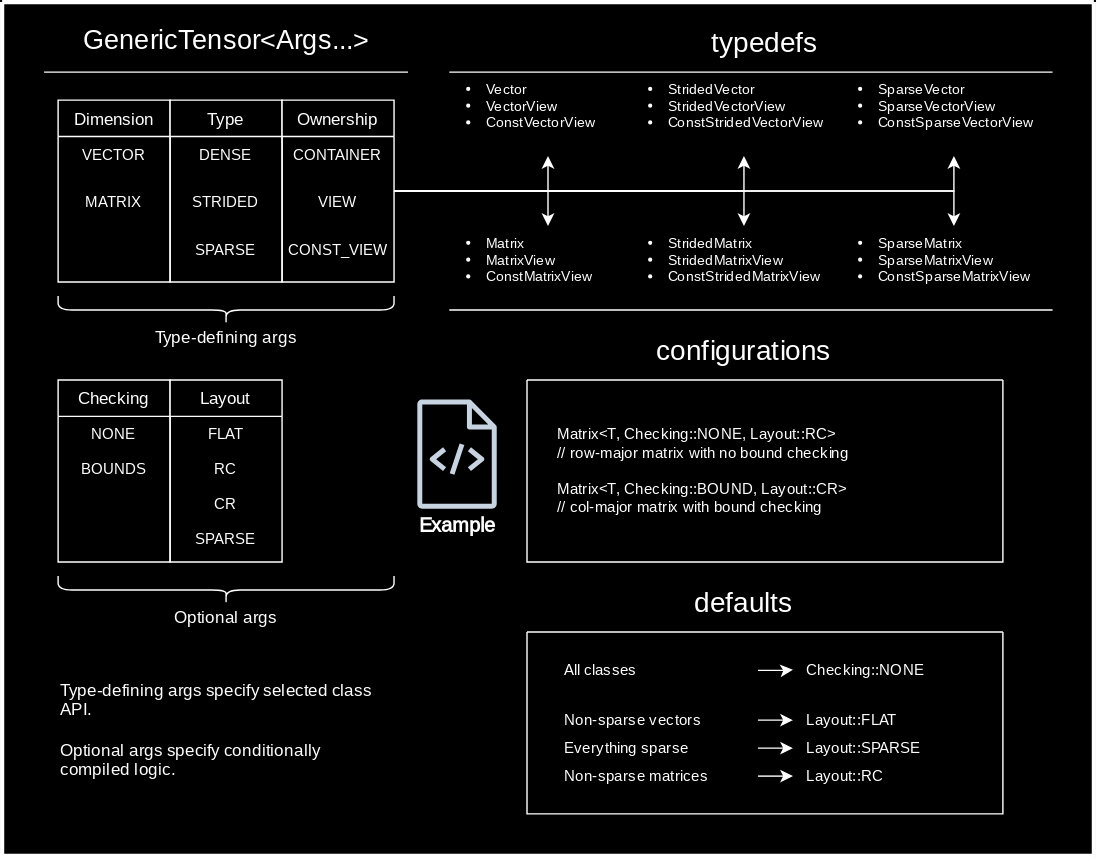
Earlier version of the draw.io export docs/images/mvl_diagram.svg (timeester3648/MultiEngine-UTL). Source tidied: cells renumbered, new cells last; positions are measured from the earlier drawing's top-left corner, leaving out a move shared by most shapes.
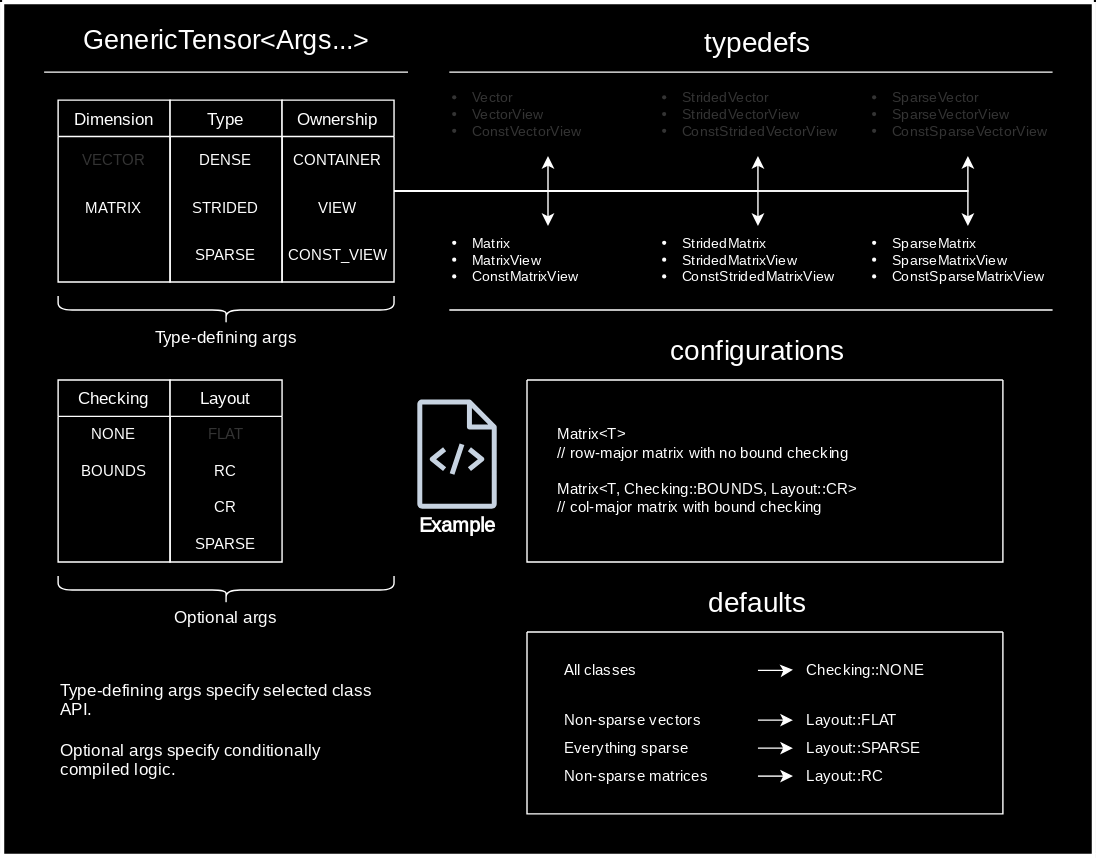
Above is the later version.

Commit message:
Added core functionality for  sparse matrices. Updated doc drafts.

Change to the diagram source:
```diff
@@ -10,6 +10,6 @@
     </mxCell>
-    <mxCell id="4" value="VECTOR" style="text;align=center;verticalAlign=top;spacingLeft=2;spacingRight=2;overflow=hidden;fontSize=11;fontFamily=Roboto Mono;fontSource=https%3A%2F%2Ffonts.googleapis.com%2Fcss%3Ffamily%3DRoboto%2BMono;" parent="3" vertex="1">
+    <mxCell id="4" value="VECTOR" style="text;align=center;verticalAlign=top;spacingLeft=2;spacingRight=2;overflow=hidden;fontSize=11;fontFamily=Roboto Mono;fontSource=https%3A%2F%2Ffonts.googleapis.com%2Fcss%3Ffamily%3DRoboto%2BMono;strokeWidth=1;shadow=0;glass=0;rounded=0;textShadow=0;labelBorderColor=none;labelBackgroundColor=none;textOpacity=20;spacingTop=4;" parent="3" vertex="1">
       <mxGeometry y="26" width="80" height="34" as="geometry" />
     </mxCell>
-    <mxCell id="5" value="MATRIX" style="text;align=center;verticalAlign=top;spacingLeft=2;spacingRight=2;overflow=hidden;rounded=0;shadow=0;html=0;fontSize=11;fontFamily=Roboto Mono;fontSource=https%3A%2F%2Ffonts.googleapis.com%2Fcss%3Ffamily%3DRoboto%2BMono;" parent="3" vertex="1">
+    <mxCell id="5" value="MATRIX" style="text;align=center;verticalAlign=top;spacingLeft=2;spacingRight=2;overflow=hidden;rounded=0;shadow=0;html=0;fontSize=11;fontFamily=Roboto Mono;fontSource=https%3A%2F%2Ffonts.googleapis.com%2Fcss%3Ffamily%3DRoboto%2BMono;spacingTop=4;" parent="3" vertex="1">
       <mxGeometry y="60" width="80" height="34" as="geometry" />
@@ -19,9 +19,9 @@
     </mxCell>
-    <mxCell id="7" value="DENSE" style="text;align=center;verticalAlign=top;spacingLeft=2;spacingRight=2;overflow=hidden;fontSize=11;fontFamily=Roboto Mono;fontSource=https%3A%2F%2Ffonts.googleapis.com%2Fcss%3Ffamily%3DRoboto%2BMono;" parent="6" vertex="1">
+    <mxCell id="7" value="DENSE" style="text;align=center;verticalAlign=top;spacingLeft=2;spacingRight=2;overflow=hidden;fontSize=11;fontFamily=Roboto Mono;fontSource=https%3A%2F%2Ffonts.googleapis.com%2Fcss%3Ffamily%3DRoboto%2BMono;spacingTop=4;" parent="6" vertex="1">
       <mxGeometry y="26" width="80" height="34" as="geometry" />
     </mxCell>
-    <mxCell id="8" value="STRIDED" style="text;align=center;verticalAlign=top;spacingLeft=2;spacingRight=2;overflow=hidden;rounded=0;shadow=0;html=0;fontSize=11;fontFamily=Roboto Mono;fontSource=https%3A%2F%2Ffonts.googleapis.com%2Fcss%3Ffamily%3DRoboto%2BMono;" parent="6" vertex="1">
+    <mxCell id="8" value="STRIDED" style="text;align=center;verticalAlign=top;spacingLeft=2;spacingRight=2;overflow=hidden;rounded=0;shadow=0;html=0;fontSize=11;fontFamily=Roboto Mono;fontSource=https%3A%2F%2Ffonts.googleapis.com%2Fcss%3Ffamily%3DRoboto%2BMono;spacingTop=4;" parent="6" vertex="1">
       <mxGeometry y="60" width="80" height="34" as="geometry" />
     </mxCell>
-    <mxCell id="9" value="SPARSE" style="text;align=center;verticalAlign=top;spacingLeft=2;spacingRight=2;overflow=hidden;rounded=0;shadow=0;html=0;fontSize=11;fontFamily=Roboto Mono;fontSource=https%3A%2F%2Ffonts.googleapis.com%2Fcss%3Ffamily%3DRoboto%2BMono;" parent="6" vertex="1">
+    <mxCell id="9" value="SPARSE" style="text;align=center;verticalAlign=top;spacingLeft=2;spacingRight=2;overflow=hidden;rounded=0;shadow=0;html=0;fontSize=11;fontFamily=Roboto Mono;fontSource=https%3A%2F%2Ffonts.googleapis.com%2Fcss%3Ffamily%3DRoboto%2BMono;spacingTop=4;" parent="6" vertex="1">
       <mxGeometry y="94" width="80" height="34" as="geometry" />
@@ -49,9 +49,9 @@
     </mxCell>
-    <mxCell id="17" value="CONTAINER" style="text;align=center;verticalAlign=top;spacingLeft=2;spacingRight=2;overflow=hidden;fontSize=11;fontFamily=Roboto Mono;fontSource=https%3A%2F%2Ffonts.googleapis.com%2Fcss%3Ffamily%3DRoboto%2BMono;" parent="16" vertex="1">
+    <mxCell id="17" value="CONTAINER" style="text;align=center;verticalAlign=top;spacingLeft=2;spacingRight=2;overflow=hidden;fontSize=11;fontFamily=Roboto Mono;fontSource=https%3A%2F%2Ffonts.googleapis.com%2Fcss%3Ffamily%3DRoboto%2BMono;spacingTop=4;" parent="16" vertex="1">
       <mxGeometry y="26" width="80" height="34" as="geometry" />
     </mxCell>
-    <mxCell id="18" value="VIEW" style="text;align=center;verticalAlign=top;spacingLeft=2;spacingRight=2;overflow=hidden;rounded=0;shadow=0;html=0;fontSize=11;fontFamily=Roboto Mono;fontSource=https%3A%2F%2Ffonts.googleapis.com%2Fcss%3Ffamily%3DRoboto%2BMono;" parent="16" vertex="1">
+    <mxCell id="18" value="VIEW" style="text;align=center;verticalAlign=top;spacingLeft=2;spacingRight=2;overflow=hidden;rounded=0;shadow=0;html=0;fontSize=11;fontFamily=Roboto Mono;fontSource=https%3A%2F%2Ffonts.googleapis.com%2Fcss%3Ffamily%3DRoboto%2BMono;spacingTop=4;" parent="16" vertex="1">
       <mxGeometry y="60" width="80" height="34" as="geometry" />
     </mxCell>
-    <mxCell id="19" value="CONST_VIEW" style="text;align=center;verticalAlign=top;spacingLeft=2;spacingRight=2;overflow=hidden;rounded=0;shadow=0;html=0;fontSize=11;fontFamily=Roboto Mono;fontSource=https%3A%2F%2Ffonts.googleapis.com%2Fcss%3Ffamily%3DRoboto%2BMono;" parent="16" vertex="1">
+    <mxCell id="19" value="CONST_VIEW" style="text;align=center;verticalAlign=top;spacingLeft=2;spacingRight=2;overflow=hidden;rounded=0;shadow=0;html=0;fontSize=11;fontFamily=Roboto Mono;fontSource=https%3A%2F%2Ffonts.googleapis.com%2Fcss%3Ffamily%3DRoboto%2BMono;spacingTop=4;" parent="16" vertex="1">
       <mxGeometry y="94" width="80" height="34" as="geometry" />
@@ -61,7 +61,7 @@
     </mxCell>
-    <mxCell id="21" value="NONE" style="text;align=center;verticalAlign=top;spacingLeft=2;spacingRight=2;overflow=hidden;fontSize=11;fontFamily=Roboto Mono;fontSource=https%3A%2F%2Ffonts.googleapis.com%2Fcss%3Ffamily%3DRoboto%2BMono;" parent="20" vertex="1">
-      <mxGeometry y="26" width="80" height="25" as="geometry" />
+    <mxCell id="21" value="NONE" style="text;align=center;verticalAlign=top;spacingLeft=2;spacingRight=2;overflow=hidden;fontSize=11;fontFamily=Roboto Mono;fontSource=https%3A%2F%2Ffonts.googleapis.com%2Fcss%3Ffamily%3DRoboto%2BMono;spacingTop=0;" parent="20" vertex="1">
+      <mxGeometry y="26" width="80" height="26" as="geometry" />
     </mxCell>
-    <mxCell id="22" value="BOUNDS" style="text;align=center;verticalAlign=top;spacingLeft=2;spacingRight=2;overflow=hidden;rounded=0;shadow=0;html=0;fontSize=11;fontFamily=Roboto Mono;fontSource=https%3A%2F%2Ffonts.googleapis.com%2Fcss%3Ffamily%3DRoboto%2BMono;" parent="20" vertex="1">
-      <mxGeometry y="51" width="80" height="25" as="geometry" />
+    <mxCell id="22" value="BOUNDS" style="text;align=center;verticalAlign=top;spacingLeft=2;spacingRight=2;overflow=hidden;rounded=0;shadow=0;html=0;fontSize=11;fontFamily=Roboto Mono;fontSource=https%3A%2F%2Ffonts.googleapis.com%2Fcss%3Ffamily%3DRoboto%2BMono;spacingTop=0;" parent="20" vertex="1">
+      <mxGeometry y="52" width="80" height="26" as="geometry" />
     </mxCell>
@@ -70,35 +70,14 @@
     </mxCell>
-    <mxCell id="24" value="FLAT" style="text;align=center;verticalAlign=top;spacingLeft=2;spacingRight=2;overflow=hidden;rounded=0;shadow=0;html=0;fontSize=11;fontFamily=Roboto Mono;fontSource=https%3A%2F%2Ffonts.googleapis.com%2Fcss%3Ffamily%3DRoboto%2BMono;" parent="23" vertex="1">
-      <mxGeometry y="26" width="80" height="25" as="geometry" />
+    <mxCell id="24" value="FLAT" style="text;align=center;verticalAlign=top;spacingLeft=2;spacingRight=2;overflow=hidden;rounded=0;shadow=0;html=0;fontSize=11;fontFamily=Roboto Mono;fontSource=https%3A%2F%2Ffonts.googleapis.com%2Fcss%3Ffamily%3DRoboto%2BMono;spacingTop=0;textOpacity=20;" parent="23" vertex="1">
+      <mxGeometry y="26" width="80" height="26" as="geometry" />
     </mxCell>
-    <mxCell id="25" value="RC" style="text;align=center;verticalAlign=top;spacingLeft=2;spacingRight=2;overflow=hidden;rounded=0;shadow=0;html=0;fontSize=11;fontFamily=Roboto Mono;fontSource=https%3A%2F%2Ffonts.googleapis.com%2Fcss%3Ffamily%3DRoboto%2BMono;" parent="23" vertex="1">
-      <mxGeometry y="51" width="80" height="25" as="geometry" />
+    <mxCell id="25" value="RC" style="text;align=center;verticalAlign=top;spacingLeft=2;spacingRight=2;overflow=hidden;rounded=0;shadow=0;html=0;fontSize=11;fontFamily=Roboto Mono;fontSource=https%3A%2F%2Ffonts.googleapis.com%2Fcss%3Ffamily%3DRoboto%2BMono;spacingTop=0;" parent="23" vertex="1">
+      <mxGeometry y="52" width="80" height="26" as="geometry" />
     </mxCell>
-    <mxCell id="26" value="CR" style="text;align=center;verticalAlign=top;spacingLeft=2;spacingRight=2;overflow=hidden;rounded=0;shadow=0;html=0;fontSize=11;fontFamily=Roboto Mono;fontSource=https%3A%2F%2Ffonts.googleapis.com%2Fcss%3Ffamily%3DRoboto%2BMono;" parent="23" vertex="1">
-      <mxGeometry y="76" width="80" height="25" as="geometry" />
+    <mxCell id="26" value="CR" style="text;align=center;verticalAlign=top;spacingLeft=2;spacingRight=2;overflow=hidden;rounded=0;shadow=0;html=0;fontSize=11;fontFamily=Roboto Mono;fontSource=https%3A%2F%2Ffonts.googleapis.com%2Fcss%3Ffamily%3DRoboto%2BMono;spacingTop=0;" parent="23" vertex="1">
+      <mxGeometry y="78" width="80" height="26" as="geometry" />
     </mxCell>
-    <mxCell id="27" value="SPARSE" style="text;align=center;verticalAlign=top;spacingLeft=2;spacingRight=2;overflow=hidden;rounded=0;shadow=0;html=0;fontSize=11;fontFamily=Roboto Mono;fontSource=https%3A%2F%2Ffonts.googleapis.com%2Fcss%3Ffamily%3DRoboto%2BMono;" parent="23" vertex="1">
-      <mxGeometry y="101" width="80" height="25" as="geometry" />
+    <mxCell id="27" value="SPARSE" style="text;align=center;verticalAlign=top;spacingLeft=2;spacingRight=2;overflow=hidden;rounded=0;shadow=0;html=0;fontSize=11;fontFamily=Roboto Mono;fontSource=https%3A%2F%2Ffonts.googleapis.com%2Fcss%3Ffamily%3DRoboto%2BMono;spacingTop=0;" parent="23" vertex="1">
+      <mxGeometry y="104" width="80" height="26" as="geometry" />
     </mxCell>
-    <mxCell id="28" value="&lt;div align=&quot;center&quot; style=&quot;font-size: 20px;&quot;&gt;typedefs&lt;/div&gt;" style="text;html=1;whiteSpace=wrap;overflow=hidden;rounded=0;align=center;fontSize=20;fontFamily=Roboto Mono;fontSource=https%3A%2F%2Ffonts.googleapis.com%2Fcss%3Ffamily%3DRoboto%2BMono;verticalAlign=top;" parent="1" vertex="1">
-      <mxGeometry x="495" y="10" width="100" height="40" as="geometry" />
-    </mxCell>
-    <mxCell id="29" value="&lt;li style=&quot;font-size: 10px;&quot;&gt;Matrix&lt;br style=&quot;font-size: 10px;&quot;&gt;&lt;/li&gt;&lt;li style=&quot;font-size: 10px;&quot;&gt;MatrixView&lt;br style=&quot;font-size: 10px;&quot;&gt;&lt;/li&gt;&lt;li style=&quot;font-size: 10px;&quot;&gt;ConstMatrixView&lt;/li&gt;" style="text;whiteSpace=wrap;html=1;fontFamily=Roboto Mono;fontSource=https%3A%2F%2Ffonts.googleapis.com%2Fcss%3Ffamily%3DRoboto%2BMono;fontSize=10;" parent="1" vertex="1">
-      <mxGeometry x="330" y="160" width="120" height="60" as="geometry" />
-    </mxCell>
-    <mxCell id="30" value="&lt;li style=&quot;font-size: 10px;&quot;&gt;StridedMatrix&lt;/li&gt;&lt;li style=&quot;font-size: 10px;&quot;&gt;StridedMatrixView&lt;/li&gt;&lt;li style=&quot;font-size: 10px;&quot;&gt;ConstStridedMatrixView&lt;/li&gt;" style="text;whiteSpace=wrap;html=1;fontFamily=Roboto Mono;fontSource=https%3A%2F%2Ffonts.googleapis.com%2Fcss%3Ffamily%3DRoboto%2BMono;fontSize=10;" parent="1" vertex="1">
-      <mxGeometry x="460" y="160" width="140" height="60" as="geometry" />
-    </mxCell>
-    <mxCell id="31" value="&lt;li style=&quot;font-size: 10px;&quot;&gt;SparseMatrix&lt;/li&gt;&lt;li style=&quot;font-size: 10px;&quot;&gt;SparseMatrixView&lt;/li&gt;&lt;li style=&quot;font-size: 10px;&quot;&gt;ConstSparseMatrixView&lt;/li&gt;" style="text;whiteSpace=wrap;html=1;fontFamily=Roboto Mono;fontSource=https%3A%2F%2Ffonts.googleapis.com%2Fcss%3Ffamily%3DRoboto%2BMono;fontSize=10;" parent="1" vertex="1">
-      <mxGeometry x="610" y="160" width="140" height="60" as="geometry" />
-    </mxCell>
-    <mxCell id="32" value="&lt;li style=&quot;font-size: 10px;&quot;&gt;Vector&lt;br style=&quot;font-size: 10px;&quot;&gt;&lt;/li&gt;&lt;li style=&quot;font-size: 10px;&quot;&gt;VectorView&lt;br style=&quot;font-size: 10px;&quot;&gt;&lt;/li&gt;&lt;li style=&quot;font-size: 10px;&quot;&gt;ConstVectorView&lt;/li&gt;" style="text;whiteSpace=wrap;html=1;fontFamily=Roboto Mono;fontSource=https%3A%2F%2Ffonts.googleapis.com%2Fcss%3Ffamily%3DRoboto%2BMono;fontSize=10;" parent="1" vertex="1">
-      <mxGeometry x="330" y="50" width="120" height="60" as="geometry" />
-    </mxCell>
-    <mxCell id="33" value="&lt;li style=&quot;font-size: 10px;&quot;&gt;StridedVector&lt;/li&gt;&lt;li style=&quot;font-size: 10px;&quot;&gt;StridedVectorView&lt;/li&gt;&lt;li style=&quot;font-size: 10px;&quot;&gt;ConstStridedVectorView&lt;/li&gt;" style="text;whiteSpace=wrap;html=1;fontFamily=Roboto Mono;fontSource=https%3A%2F%2Ffonts.googleapis.com%2Fcss%3Ffamily%3DRoboto%2BMono;fontSize=10;" parent="1" vertex="1">
-      <mxGeometry x="460" y="50" width="140" height="60" as="geometry" />
-    </mxCell>
-    <mxCell id="34" value="&lt;li style=&quot;font-size: 10px;&quot;&gt;SparseVector&lt;/li&gt;&lt;li style=&quot;font-size: 10px;&quot;&gt;SparseVectorView&lt;/li&gt;&lt;li style=&quot;font-size: 10px;&quot;&gt;ConstSparseVectorView&lt;/li&gt;" style="text;whiteSpace=wrap;html=1;fontFamily=Roboto Mono;fontSource=https%3A%2F%2Ffonts.googleapis.com%2Fcss%3Ffamily%3DRoboto%2BMono;fontSize=10;" parent="1" vertex="1">
-      <mxGeometry x="610" y="50" width="140" height="60" as="geometry" />
-    </mxCell>
     <mxCell id="35" style="shape=curlyBracket;whiteSpace=wrap;html=1;rounded=1;flipH=1;labelPosition=right;verticalLabelPosition=middle;align=left;verticalAlign=middle;rotation=90;" parent="1" vertex="1">
@@ -118,5 +97,2 @@
     </mxCell>
-    <mxCell id="40" value="configurations" style="text;html=1;whiteSpace=wrap;overflow=hidden;rounded=0;align=center;fontSize=20;fontFamily=Roboto Mono;fontSource=https%3A%2F%2Ffonts.googleapis.com%2Fcss%3Ffamily%3DRoboto%2BMono;verticalAlign=top;" parent="1" vertex="1">
-      <mxGeometry x="440" y="230" width="180" height="40" as="geometry" />
-    </mxCell>
     <mxCell id="41" style="sketch=0;fontColor=#232F3E;gradientColor=none;fillColor=#232F3D;strokeColor=none;dashed=0;verticalLabelPosition=bottom;verticalAlign=top;align=center;html=1;fontSize=12;fontStyle=0;shape=mxgraph.aws4.source_code;" parent="1" vertex="1">
@@ -127,3 +103,3 @@
     </mxCell>
-    <mxCell id="43" value="&lt;div style=&quot;font-size: 11px;&quot;&gt;&lt;font style=&quot;font-size: 11px;&quot;&gt;Matrix&amp;lt;T, Checking::NONE, Layout::RC&amp;gt;&lt;/font&gt;&lt;/div&gt;&lt;div style=&quot;font-size: 11px;&quot;&gt;&lt;font style=&quot;font-size: 11px;&quot;&gt;// row-major matrix with no bound checking&lt;/font&gt;&lt;/div&gt;&lt;div style=&quot;font-size: 11px;&quot;&gt;&lt;font style=&quot;font-size: 11px;&quot;&gt;&lt;br&gt;&lt;/font&gt;&lt;/div&gt;&lt;div style=&quot;font-size: 11px;&quot;&gt;&lt;div&gt;&lt;font style=&quot;font-size: 11px;&quot;&gt;Matrix&amp;lt;T, Checking::BOUND, Layout::CR&amp;gt;&lt;/font&gt;&lt;/div&gt;&lt;div&gt;&lt;font style=&quot;font-size: 11px;&quot;&gt;// col-major matrix with bound checking&lt;/font&gt;&lt;/div&gt;&lt;/div&gt;" style="text;html=1;align=left;verticalAlign=middle;strokeColor=none;fillColor=none;fontSize=12;fontFamily=Roboto Mono;fontSource=https%3A%2F%2Ffonts.googleapis.com%2Fcss%3Ffamily%3DRoboto%2BMono;" parent="42" vertex="1">
+    <mxCell id="43" value="&lt;div style=&quot;font-size: 11px;&quot;&gt;&lt;font style=&quot;font-size: 11px;&quot;&gt;Matrix&amp;lt;T&amp;gt;&lt;/font&gt;&lt;/div&gt;&lt;div style=&quot;font-size: 11px;&quot;&gt;&lt;font style=&quot;font-size: 11px;&quot;&gt;// row-major matrix with no bound checking&lt;/font&gt;&lt;/div&gt;&lt;div style=&quot;font-size: 11px;&quot;&gt;&lt;font style=&quot;font-size: 11px;&quot;&gt;&lt;br&gt;&lt;/font&gt;&lt;/div&gt;&lt;div style=&quot;font-size: 11px;&quot;&gt;&lt;div&gt;&lt;font style=&quot;font-size: 11px;&quot;&gt;Matrix&amp;lt;T, Checking::BOUNDS, Layout::CR&amp;gt;&lt;/font&gt;&lt;/div&gt;&lt;div&gt;&lt;font style=&quot;font-size: 11px;&quot;&gt;// col-major matrix with bound checking&lt;/font&gt;&lt;/div&gt;&lt;/div&gt;" style="text;html=1;align=left;verticalAlign=middle;strokeColor=none;fillColor=none;fontSize=12;fontFamily=Roboto Mono;fontSource=https%3A%2F%2Ffonts.googleapis.com%2Fcss%3Ffamily%3DRoboto%2BMono;" parent="42" vertex="1">
       <mxGeometry x="20" y="25" width="300" height="80" as="geometry" />
@@ -133,5 +109,2 @@
     </mxCell>
-    <mxCell id="45" value="defaults" style="text;html=1;whiteSpace=wrap;overflow=hidden;rounded=0;align=center;fontSize=20;fontFamily=Roboto Mono;fontSource=https%3A%2F%2Ffonts.googleapis.com%2Fcss%3Ffamily%3DRoboto%2BMono;verticalAlign=top;" parent="1" vertex="1">
-      <mxGeometry x="440" y="410" width="180" height="40" as="geometry" />
-    </mxCell>
     <mxCell id="46" style="swimlane;startSize=0;" parent="1" vertex="1">
@@ -184,2 +157,29 @@
     </mxCell>
+    <mxCell id="32" value="&lt;li style=&quot;font-size: 10px;&quot;&gt;Vector&lt;br style=&quot;font-size: 10px;&quot;&gt;&lt;/li&gt;&lt;li style=&quot;font-size: 10px;&quot;&gt;VectorView&lt;br style=&quot;font-size: 10px;&quot;&gt;&lt;/li&gt;&lt;li style=&quot;font-size: 10px;&quot;&gt;ConstVectorView&lt;/li&gt;" style="text;whiteSpace=wrap;html=1;fontFamily=Roboto Mono;fontSource=https%3A%2F%2Ffonts.googleapis.com%2Fcss%3Ffamily%3DRoboto%2BMono;fontSize=10;textOpacity=20;spacingTop=6;" parent="61" vertex="1">
+      <mxGeometry x="320" y="50" width="140" height="60" as="geometry" />
+    </mxCell>
+    <mxCell id="29" value="&lt;li style=&quot;font-size: 10px;&quot;&gt;Matrix&lt;br style=&quot;font-size: 10px;&quot;&gt;&lt;/li&gt;&lt;li style=&quot;font-size: 10px;&quot;&gt;MatrixView&lt;br style=&quot;font-size: 10px;&quot;&gt;&lt;/li&gt;&lt;li style=&quot;font-size: 10px;&quot;&gt;ConstMatrixView&lt;/li&gt;" style="text;whiteSpace=wrap;html=1;fontFamily=Roboto Mono;fontSource=https%3A%2F%2Ffonts.googleapis.com%2Fcss%3Ffamily%3DRoboto%2BMono;fontSize=10;" parent="61" vertex="1">
+      <mxGeometry x="320" y="160" width="140" height="60" as="geometry" />
+    </mxCell>
+    <mxCell id="33" value="&lt;li style=&quot;font-size: 10px;&quot;&gt;StridedVector&lt;/li&gt;&lt;li style=&quot;font-size: 10px;&quot;&gt;StridedVectorView&lt;/li&gt;&lt;li style=&quot;font-size: 10px;&quot;&gt;ConstStridedVectorView&lt;/li&gt;" style="text;whiteSpace=wrap;html=1;fontFamily=Roboto Mono;fontSource=https%3A%2F%2Ffonts.googleapis.com%2Fcss%3Ffamily%3DRoboto%2BMono;fontSize=10;textOpacity=20;spacingTop=6;" parent="61" vertex="1">
+      <mxGeometry x="470" y="50" width="140" height="60" as="geometry" />
+    </mxCell>
+    <mxCell id="30" value="&lt;li style=&quot;font-size: 10px;&quot;&gt;StridedMatrix&lt;/li&gt;&lt;li style=&quot;font-size: 10px;&quot;&gt;StridedMatrixView&lt;/li&gt;&lt;li style=&quot;font-size: 10px;&quot;&gt;ConstStridedMatrixView&lt;/li&gt;" style="text;whiteSpace=wrap;html=1;fontFamily=Roboto Mono;fontSource=https%3A%2F%2Ffonts.googleapis.com%2Fcss%3Ffamily%3DRoboto%2BMono;fontSize=10;" parent="61" vertex="1">
+      <mxGeometry x="470" y="160" width="140" height="60" as="geometry" />
+    </mxCell>
+    <mxCell id="34" value="&lt;li style=&quot;font-size: 10px;&quot;&gt;SparseVector&lt;/li&gt;&lt;li style=&quot;font-size: 10px;&quot;&gt;SparseVectorView&lt;/li&gt;&lt;li style=&quot;font-size: 10px;&quot;&gt;ConstSparseVectorView&lt;/li&gt;" style="text;whiteSpace=wrap;html=1;fontFamily=Roboto Mono;fontSource=https%3A%2F%2Ffonts.googleapis.com%2Fcss%3Ffamily%3DRoboto%2BMono;fontSize=10;textOpacity=20;spacingTop=6;" parent="61" vertex="1">
+      <mxGeometry x="620" y="50" width="140" height="60" as="geometry" />
+    </mxCell>
+    <mxCell id="31" value="&lt;li style=&quot;font-size: 10px;&quot;&gt;SparseMatrix&lt;/li&gt;&lt;li style=&quot;font-size: 10px;&quot;&gt;SparseMatrixView&lt;/li&gt;&lt;li style=&quot;font-size: 10px;&quot;&gt;ConstSparseMatrixView&lt;/li&gt;" style="text;whiteSpace=wrap;html=1;fontFamily=Roboto Mono;fontSource=https%3A%2F%2Ffonts.googleapis.com%2Fcss%3Ffamily%3DRoboto%2BMono;fontSize=10;" parent="61" vertex="1">
+      <mxGeometry x="620" y="160" width="140" height="60" as="geometry" />
+    </mxCell>
+    <mxCell id="28" value="&lt;div align=&quot;center&quot; style=&quot;font-size: 20px;&quot;&gt;typedefs&lt;/div&gt;" style="text;html=1;whiteSpace=wrap;overflow=hidden;rounded=0;align=center;fontSize=20;fontFamily=Roboto Mono;fontSource=https%3A%2F%2Ffonts.googleapis.com%2Fcss%3Ffamily%3DRoboto%2BMono;verticalAlign=top;" parent="61" vertex="1">
+      <mxGeometry x="490" y="10" width="100" height="40" as="geometry" />
+    </mxCell>
+    <mxCell id="40" value="configurations" style="text;html=1;whiteSpace=wrap;overflow=hidden;rounded=0;align=center;fontSize=20;fontFamily=Roboto Mono;fontSource=https%3A%2F%2Ffonts.googleapis.com%2Fcss%3Ffamily%3DRoboto%2BMono;verticalAlign=top;" parent="61" vertex="1">
+      <mxGeometry x="450" y="230" width="180" height="40" as="geometry" />
+    </mxCell>
+    <mxCell id="45" value="defaults" style="text;html=1;whiteSpace=wrap;overflow=hidden;rounded=0;align=center;fontSize=20;fontFamily=Roboto Mono;fontSource=https%3A%2F%2Ffonts.googleapis.com%2Fcss%3Ffamily%3DRoboto%2BMono;verticalAlign=top;" parent="61" vertex="1">
+      <mxGeometry x="450" y="410" width="180" height="40" as="geometry" />
+    </mxCell>
   </root>
```
